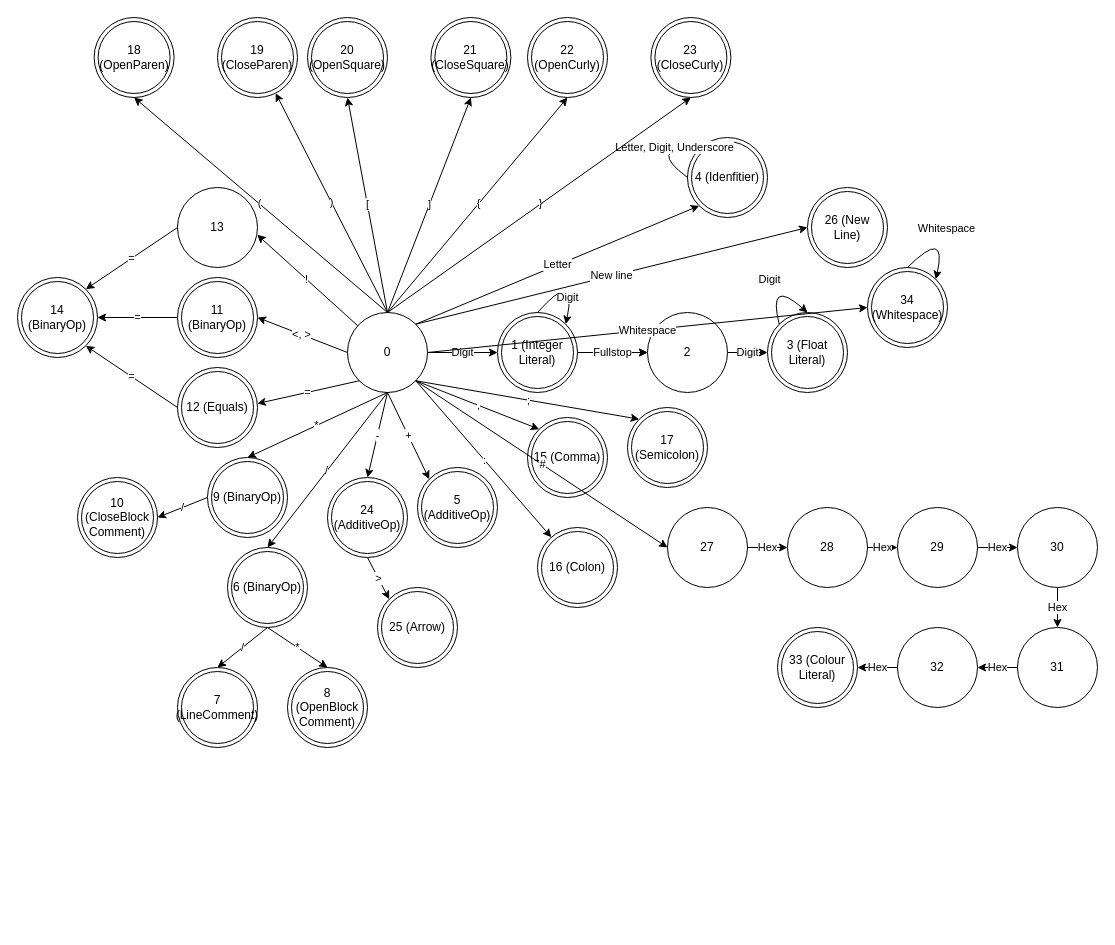
Before: Lexer FSA.drawio in Alan-Grech295/compiler, a draw.io diagram. Source tidied: cells renumbered, new cells numbered last; positions are measured from the earlier drawing's top-left corner, leaving out a move shared by most shapes. Both pictures are drawn from the tidied source at 100%, with x=0, y=0 at pixel (17, 17).
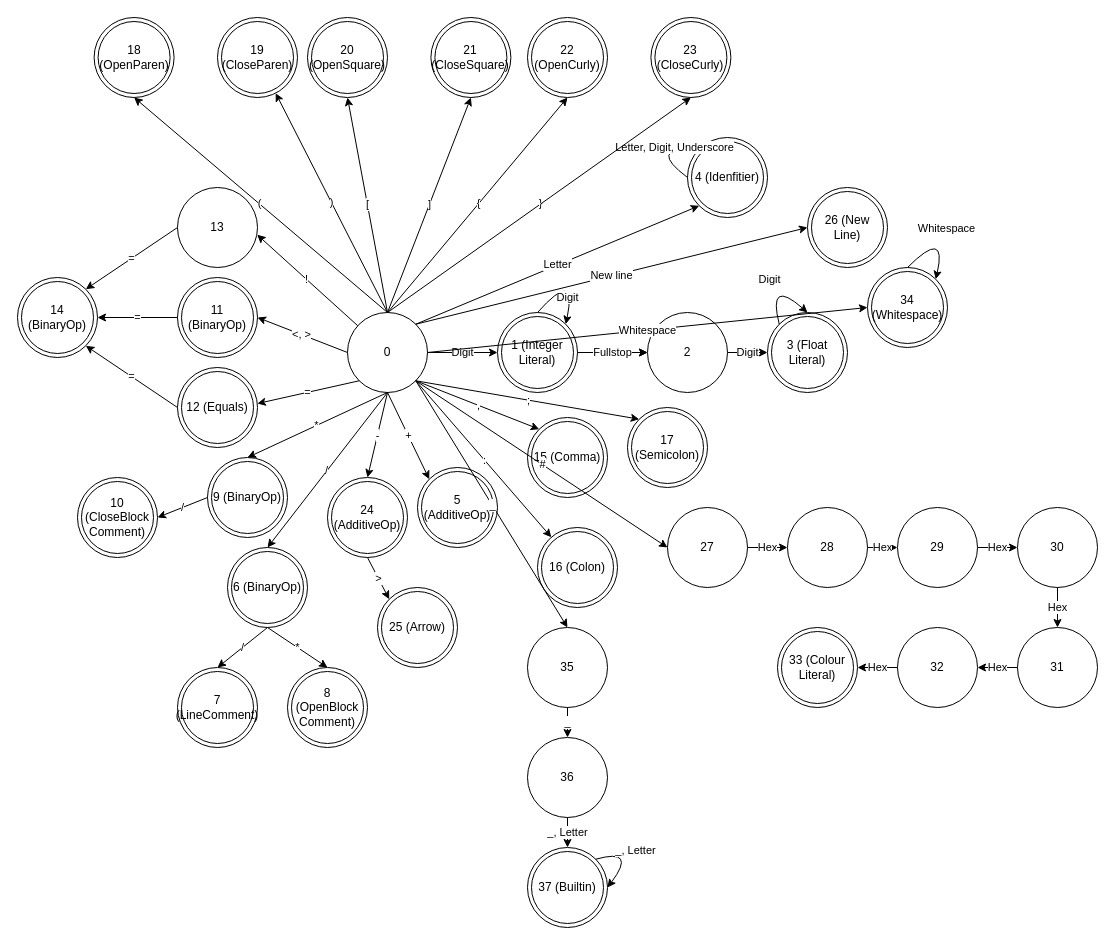
The same page after the edit.

Unchanged cells that the change refers to:
```xml
<mxCell id="2" value="0" style="ellipse;whiteSpace=wrap;html=1;" parent="1" vertex="1">
  <mxGeometry x="330" y="295" width="80" height="80" as="geometry" />
</mxCell>
```

Change to the diagram source:
```diff
@@
+    <mxCell id="78" value="35" style="ellipse;whiteSpace=wrap;html=1;" parent="1" vertex="1">
+      <mxGeometry x="510" y="610" width="80" height="80" as="geometry" />
+    </mxCell>
+    <mxCell id="79" value="36" style="ellipse;whiteSpace=wrap;html=1;" parent="1" vertex="1">
+      <mxGeometry x="510" y="720" width="80" height="80" as="geometry" />
+    </mxCell>
+    <mxCell id="80" value="37 (Builtin)" style="ellipse;shape=doubleEllipse;whiteSpace=wrap;html=1;" parent="1" vertex="1">
+      <mxGeometry x="510" y="830" width="80" height="80" as="geometry" />
+    </mxCell>
+    <mxCell id="81" value="_" style="endArrow=classic;html=1;rounded=0;exitX=1;exitY=1;exitDx=0;exitDy=0;entryX=0.5;entryY=0;entryDx=0;entryDy=0;" parent="1" edge="1" source="2" target="78">
+      <mxGeometry x="0.01" relative="1" as="geometry" />
+    </mxCell>
+    <mxCell id="82" value="_" style="endArrow=classic;html=1;rounded=0;exitX=0.5;exitY=1;exitDx=0;exitDy=0;entryX=0.5;entryY=0;entryDx=0;entryDy=0;" parent="1" edge="1" source="78" target="79">
+      <mxGeometry x="0.01" relative="1" as="geometry" />
+    </mxCell>
+    <mxCell id="83" value="_, Letter" style="endArrow=classic;html=1;rounded=0;exitX=0.5;exitY=1;exitDx=0;exitDy=0;entryX=0.5;entryY=0;entryDx=0;entryDy=0;" parent="1" edge="1" source="79" target="80">
+      <mxGeometry x="0.01" relative="1" as="geometry" />
+    </mxCell>
+    <mxCell id="84" value="_, Letter" style="curved=1;endArrow=classic;html=1;rounded=0;exitX=1;exitY=0;exitDx=0;exitDy=0;entryX=1;entryY=0.5;entryDx=0;entryDy=0;" parent="1" edge="1" source="80" target="80">
+      <mxGeometry relative="1" as="geometry">
+        <Array as="points">
+          <mxPoint x="620" y="830" />
+        </Array>
+      </mxGeometry>
+    </mxCell>
```
